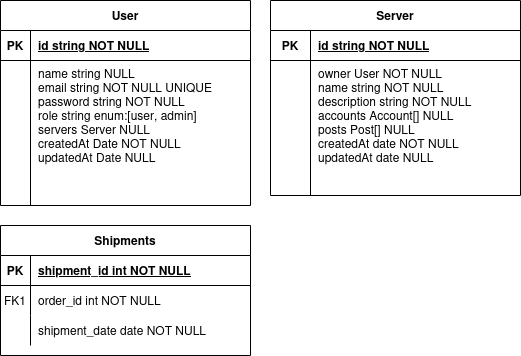
Before: Diagrama sem nome.drawio.png, a diagram exported from draw.io (gabrielbsx/basiapp). Source tidied: cells renumbered, new cells last; positions are measured from the earlier drawing's top-left corner, leaving out a move shared by most shapes.
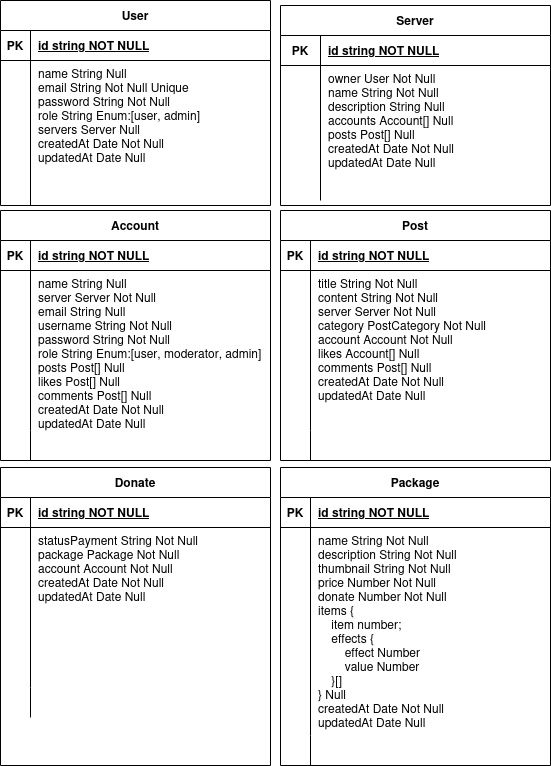
The same file after the commit.

Commit message:
chore: database model image

Diff of the diagram source:
```diff
@@ -3,76 +3,166 @@
     <mxCell id="0" />
     <mxCell id="1" parent="0" />
     <mxCell id="2" value="Server" style="shape=table;startSize=30;rowLines=0;fontStyle=1;align=center;" parent="1" vertex="1">
-      <mxGeometry x="270" width="250" height="195" as="geometry" />
+      <mxGeometry x="280" y="15" width="270" height="200" as="geometry" />
     </mxCell>
     <mxCell id="3" style="shape=partialRectangle;fillColor=none;top=0;left=0;right=0;bottom=1;" parent="2" vertex="1">
-      <mxGeometry y="30" width="250" height="30" as="geometry" />
+      <mxGeometry y="30" width="270" height="30" as="geometry" />
     </mxCell>
     <mxCell id="4" value="PK" style="shape=partialRectangle;overflow=hidden;fillColor=none;top=0;left=0;bottom=0;right=0;fontStyle=1;" parent="3" vertex="1">
       <mxGeometry width="40" height="30" as="geometry" />
     </mxCell>
     <mxCell id="5" value="id string NOT NULL " style="shape=partialRectangle;overflow=hidden;fillColor=none;top=0;left=0;bottom=0;right=0;align=left;spacingLeft=6;fontStyle=5;" parent="3" vertex="1">
-      <mxGeometry x="40" width="210" height="30" as="geometry" />
+      <mxGeometry x="40" width="230" height="30" as="geometry" />
     </mxCell>
     <mxCell id="6" style="shape=partialRectangle;fillColor=none;top=0;left=0;right=0;bottom=0;" parent="2" vertex="1">
-      <mxGeometry y="60" width="250" height="135" as="geometry" />
+      <mxGeometry y="60" width="270" height="135" as="geometry" />
     </mxCell>
     <mxCell id="7" style="shape=partialRectangle;overflow=hidden;fillColor=none;top=0;left=0;bottom=0;right=0;" parent="6" vertex="1">
       <mxGeometry width="40" height="135" as="geometry" />
     </mxCell>
-    <mxCell id="8" value="owner User NOT NULL&#10;name string NOT NULL&#10;description string NOT NULL&#10;accounts Account[] NULL&#10;posts Post[] NULL&#10;createdAt date NOT NULL&#10;updatedAt date NULL&#10;" style="shape=partialRectangle;overflow=hidden;fillColor=none;top=0;left=0;bottom=0;right=0;align=left;spacingLeft=6;verticalAlign=top;" parent="6" vertex="1">
-      <mxGeometry x="40" width="210" height="135" as="geometry" />
+    <mxCell id="8" value="owner User Not Null&#10;name String Not Null&#10;description String Null&#10;accounts Account[] Null&#10;posts Post[] Null&#10;createdAt Date Not Null&#10;updatedAt Date Null&#10;" style="shape=partialRectangle;overflow=hidden;fillColor=none;top=0;left=0;bottom=0;right=0;align=left;spacingLeft=6;verticalAlign=top;" parent="6" vertex="1">
+      <mxGeometry x="40" width="230" height="135" as="geometry" />
     </mxCell>
-    <mxCell id="9" value="Shipments" style="shape=table;startSize=30;rowLines=0;fontStyle=1;align=center;" parent="1" vertex="1">
-      <mxGeometry y="225" width="250" height="130" as="geometry" />
+    <mxCell id="9" value="Account" style="shape=table;startSize=30;rowLines=0;fontStyle=1;align=center;" parent="1" vertex="1">
+      <mxGeometry y="220" width="270" height="250" as="geometry" />
     </mxCell>
     <mxCell id="10" style="shape=partialRectangle;fillColor=none;top=0;left=0;right=0;bottom=1;" parent="9" vertex="1">
-      <mxGeometry y="30" width="250" height="30" as="geometry" />
+      <mxGeometry y="30" width="270" height="30" as="geometry" />
     </mxCell>
     <mxCell id="11" value="PK" style="shape=partialRectangle;overflow=hidden;fillColor=none;top=0;left=0;bottom=0;right=0;fontStyle=1;" parent="10" vertex="1">
       <mxGeometry width="30" height="30" as="geometry" />
     </mxCell>
-    <mxCell id="12" value="shipment_id int NOT NULL " style="shape=partialRectangle;overflow=hidden;fillColor=none;top=0;left=0;bottom=0;right=0;align=left;spacingLeft=6;fontStyle=5;" parent="10" vertex="1">
-      <mxGeometry x="30" width="220" height="30" as="geometry" />
+    <mxCell id="12" value="id string NOT NULL " style="shape=partialRectangle;overflow=hidden;fillColor=none;top=0;left=0;bottom=0;right=0;align=left;spacingLeft=6;fontStyle=5;" parent="10" vertex="1">
+      <mxGeometry x="30" width="240" height="30" as="geometry" />
     </mxCell>
     <mxCell id="13" style="shape=partialRectangle;fillColor=none;top=0;left=0;right=0;bottom=0;" parent="9" vertex="1">
-      <mxGeometry y="60" width="250" height="30" as="geometry" />
+      <mxGeometry y="60" width="270" height="160" as="geometry" />
     </mxCell>
-    <mxCell id="14" value="FK1" style="shape=partialRectangle;overflow=hidden;fillColor=none;top=0;left=0;bottom=0;right=0;" parent="13" vertex="1">
-      <mxGeometry width="30" height="30" as="geometry" />
+    <mxCell id="14" style="shape=partialRectangle;overflow=hidden;fillColor=none;top=0;left=0;bottom=0;right=0;" parent="13" vertex="1">
+      <mxGeometry width="30" height="160" as="geometry" />
     </mxCell>
-    <mxCell id="15" value="order_id int NOT NULL" style="shape=partialRectangle;overflow=hidden;fillColor=none;top=0;left=0;bottom=0;right=0;align=left;spacingLeft=6;" parent="13" vertex="1">
-      <mxGeometry x="30" width="220" height="30" as="geometry" />
+    <mxCell id="15" value="name String Null&#10;server Server Not Null&#10;email String Null&#10;username String Not Null&#10;password String Not Null&#10;role String Enum:[user, moderator, admin]&#10;posts Post[] Null&#10;likes Post[] Null&#10;comments Post[] Null&#10;createdAt Date Not Null&#10;updatedAt Date Null&#10;&#10;&#10;" style="shape=partialRectangle;overflow=hidden;fillColor=none;top=0;left=0;bottom=0;right=0;align=left;spacingLeft=6;verticalAlign=top;" parent="13" vertex="1">
+      <mxGeometry x="30" width="240" height="160" as="geometry" />
     </mxCell>
     <mxCell id="16" style="shape=partialRectangle;fillColor=none;top=0;left=0;right=0;bottom=0;" parent="9" vertex="1">
-      <mxGeometry y="90" width="250" height="30" as="geometry" />
+      <mxGeometry y="220" width="270" height="30" as="geometry" />
     </mxCell>
     <mxCell id="17" style="shape=partialRectangle;overflow=hidden;fillColor=none;top=0;left=0;bottom=0;right=0;" parent="16" vertex="1">
       <mxGeometry width="30" height="30" as="geometry" />
     </mxCell>
-    <mxCell id="18" value="shipment_date date NOT NULL" style="shape=partialRectangle;overflow=hidden;fillColor=none;top=0;left=0;bottom=0;right=0;align=left;spacingLeft=6;" parent="16" vertex="1">
-      <mxGeometry x="30" width="220" height="30" as="geometry" />
+    <mxCell id="18" style="shape=partialRectangle;overflow=hidden;fillColor=none;top=0;left=0;bottom=0;right=0;align=left;spacingLeft=6;" parent="16" vertex="1">
+      <mxGeometry x="30" width="240" height="30" as="geometry" />
     </mxCell>
     <mxCell id="19" value="User" style="shape=table;startSize=30;rowLines=0;fontStyle=1;align=center;" parent="1" vertex="1">
-      <mxGeometry width="250" height="205" as="geometry" />
+      <mxGeometry y="10" width="270" height="205" as="geometry" />
     </mxCell>
     <mxCell id="20" style="shape=partialRectangle;fillColor=none;top=0;left=0;right=0;bottom=1;" parent="19" vertex="1">
-      <mxGeometry y="30" width="250" height="30" as="geometry" />
+      <mxGeometry y="30" width="270" height="30" as="geometry" />
     </mxCell>
     <mxCell id="21" value="PK" style="shape=partialRectangle;overflow=hidden;fillColor=none;top=0;left=0;bottom=0;right=0;fontStyle=1;" parent="20" vertex="1">
       <mxGeometry width="30" height="30" as="geometry" />
     </mxCell>
     <mxCell id="22" value="id string NOT NULL " style="shape=partialRectangle;overflow=hidden;fillColor=none;top=0;left=0;bottom=0;right=0;align=left;spacingLeft=6;fontStyle=5;" parent="20" vertex="1">
-      <mxGeometry x="30" width="220" height="30" as="geometry" />
+      <mxGeometry x="30" width="240" height="30" as="geometry" />
     </mxCell>
     <mxCell id="23" style="shape=partialRectangle;fillColor=none;top=0;left=0;right=0;bottom=0;" parent="19" vertex="1">
-      <mxGeometry y="60" width="250" height="145" as="geometry" />
+      <mxGeometry y="60" width="270" height="145" as="geometry" />
     </mxCell>
     <mxCell id="24" style="shape=partialRectangle;overflow=hidden;fillColor=none;top=0;left=0;bottom=0;right=0;verticalAlign=top;" parent="23" vertex="1">
       <mxGeometry width="30" height="145" as="geometry" />
     </mxCell>
-    <mxCell id="25" value="name string NULL&#10;email string NOT NULL UNIQUE&#10;password string NOT NULL&#10;role string enum:[user, admin]&#10;servers Server NULL&#10;createdAt Date NOT NULL&#10;updatedAt Date NULL&#10;" style="shape=partialRectangle;overflow=hidden;fillColor=none;top=0;left=0;bottom=0;right=0;align=left;spacingLeft=6;verticalAlign=top;spacingTop=0;spacing=2;fontSize=12;spacingBottom=0;spacingRight=0;labelBackgroundColor=default;fontColor=default;" parent="23" vertex="1">
-      <mxGeometry x="30" width="220" height="145" as="geometry" />
+    <mxCell id="25" value="name String Null&#10;email String Not Null Unique&#10;password String Not Null&#10;role String Enum:[user, admin]&#10;servers Server Null&#10;createdAt Date Not Null&#10;updatedAt Date Null&#10;" style="shape=partialRectangle;overflow=hidden;fillColor=none;top=0;left=0;bottom=0;right=0;align=left;spacingLeft=6;verticalAlign=top;spacingTop=0;spacing=2;fontSize=12;spacingBottom=0;spacingRight=0;labelBackgroundColor=default;fontColor=default;" parent="23" vertex="1">
+      <mxGeometry x="30" width="240" height="145" as="geometry" />
     </mxCell>
+    <mxCell id="26" value="Post" style="shape=table;startSize=30;rowLines=0;fontStyle=1;align=center;" parent="1" vertex="1">
+      <mxGeometry x="280" y="220" width="270" height="250" as="geometry" />
+    </mxCell>
+    <mxCell id="27" style="shape=partialRectangle;fillColor=none;top=0;left=0;right=0;bottom=1;" parent="26" vertex="1">
+      <mxGeometry y="30" width="270" height="30" as="geometry" />
+    </mxCell>
+    <mxCell id="28" value="PK" style="shape=partialRectangle;overflow=hidden;fillColor=none;top=0;left=0;bottom=0;right=0;fontStyle=1;" parent="27" vertex="1">
+      <mxGeometry width="30" height="30" as="geometry" />
+    </mxCell>
+    <mxCell id="29" value="id string NOT NULL " style="shape=partialRectangle;overflow=hidden;fillColor=none;top=0;left=0;bottom=0;right=0;align=left;spacingLeft=6;fontStyle=5;" parent="27" vertex="1">
+      <mxGeometry x="30" width="240" height="30" as="geometry" />
+    </mxCell>
+    <mxCell id="30" style="shape=partialRectangle;fillColor=none;top=0;left=0;right=0;bottom=0;" parent="26" vertex="1">
+      <mxGeometry y="60" width="270" height="160" as="geometry" />
+    </mxCell>
+    <mxCell id="31" style="shape=partialRectangle;overflow=hidden;fillColor=none;top=0;left=0;bottom=0;right=0;" parent="30" vertex="1">
+      <mxGeometry width="30" height="160" as="geometry" />
+    </mxCell>
+    <mxCell id="32" value="title String Not Null&#10;content String Not Null&#10;server Server Not Null&#10;category PostCategory Not Null&#10;account Account Not Null&#10;likes Account[] Null&#10;comments Post[] Null&#10;createdAt Date Not Null&#10;updatedAt Date Null&#10;&#10;&#10;&#10;" style="shape=partialRectangle;overflow=hidden;fillColor=none;top=0;left=0;bottom=0;right=0;align=left;spacingLeft=6;verticalAlign=top;" parent="30" vertex="1">
+      <mxGeometry x="30" width="240" height="160" as="geometry" />
+    </mxCell>
+    <mxCell id="33" style="shape=partialRectangle;fillColor=none;top=0;left=0;right=0;bottom=0;" parent="26" vertex="1">
+      <mxGeometry y="220" width="270" height="30" as="geometry" />
+    </mxCell>
+    <mxCell id="34" style="shape=partialRectangle;overflow=hidden;fillColor=none;top=0;left=0;bottom=0;right=0;" parent="33" vertex="1">
+      <mxGeometry width="30" height="30" as="geometry" />
+    </mxCell>
+    <mxCell id="35" style="shape=partialRectangle;overflow=hidden;fillColor=none;top=0;left=0;bottom=0;right=0;align=left;spacingLeft=6;" parent="33" vertex="1">
+      <mxGeometry x="30" width="240" height="30" as="geometry" />
+    </mxCell>
+    <mxCell id="36" value="Donate" style="shape=table;startSize=30;rowLines=0;fontStyle=1;align=center;" parent="1" vertex="1">
+      <mxGeometry y="477" width="270" height="298" as="geometry" />
+    </mxCell>
+    <mxCell id="37" style="shape=partialRectangle;fillColor=none;top=0;left=0;right=0;bottom=1;" parent="36" vertex="1">
+      <mxGeometry y="30" width="270" height="30" as="geometry" />
+    </mxCell>
+    <mxCell id="38" value="PK" style="shape=partialRectangle;overflow=hidden;fillColor=none;top=0;left=0;bottom=0;right=0;fontStyle=1;" parent="37" vertex="1">
+      <mxGeometry width="30" height="30" as="geometry" />
+    </mxCell>
+    <mxCell id="39" value="id string NOT NULL " style="shape=partialRectangle;overflow=hidden;fillColor=none;top=0;left=0;bottom=0;right=0;align=left;spacingLeft=6;fontStyle=5;" parent="37" vertex="1">
+      <mxGeometry x="30" width="240" height="30" as="geometry" />
+    </mxCell>
+    <mxCell id="40" style="shape=partialRectangle;fillColor=none;top=0;left=0;right=0;bottom=0;" parent="36" vertex="1">
+      <mxGeometry y="60" width="270" height="160" as="geometry" />
+    </mxCell>
+    <mxCell id="41" style="shape=partialRectangle;overflow=hidden;fillColor=none;top=0;left=0;bottom=0;right=0;" parent="40" vertex="1">
+      <mxGeometry width="30" height="160" as="geometry" />
+    </mxCell>
+    <mxCell id="42" value="statusPayment String Not Null&#10;package Package Not Null&#10;account Account Not Null&#10;createdAt Date Not Null&#10;updatedAt Date Null&#10;&#10;&#10;&#10;" style="shape=partialRectangle;overflow=hidden;fillColor=none;top=0;left=0;bottom=0;right=0;align=left;spacingLeft=6;verticalAlign=top;" parent="40" vertex="1">
+      <mxGeometry x="30" width="240" height="160" as="geometry" />
+    </mxCell>
+    <mxCell id="43" style="shape=partialRectangle;fillColor=none;top=0;left=0;right=0;bottom=0;" parent="36" vertex="1">
+      <mxGeometry y="220" width="270" height="30" as="geometry" />
+    </mxCell>
+    <mxCell id="44" style="shape=partialRectangle;overflow=hidden;fillColor=none;top=0;left=0;bottom=0;right=0;" parent="43" vertex="1">
+      <mxGeometry width="30" height="30" as="geometry" />
+    </mxCell>
+    <mxCell id="45" style="shape=partialRectangle;overflow=hidden;fillColor=none;top=0;left=0;bottom=0;right=0;align=left;spacingLeft=6;" parent="43" vertex="1">
+      <mxGeometry x="30" width="240" height="30" as="geometry" />
+    </mxCell>
+    <mxCell id="46" value="Package" style="shape=table;startSize=30;rowLines=0;fontStyle=1;align=center;" parent="1" vertex="1">
+      <mxGeometry x="280" y="477" width="270" height="298" as="geometry" />
+    </mxCell>
+    <mxCell id="47" style="shape=partialRectangle;fillColor=none;top=0;left=0;right=0;bottom=1;" parent="46" vertex="1">
+      <mxGeometry y="30" width="270" height="30" as="geometry" />
+    </mxCell>
+    <mxCell id="48" value="PK" style="shape=partialRectangle;overflow=hidden;fillColor=none;top=0;left=0;bottom=0;right=0;fontStyle=1;" parent="47" vertex="1">
+      <mxGeometry width="30" height="30" as="geometry" />
+    </mxCell>
+    <mxCell id="49" value="id string NOT NULL " style="shape=partialRectangle;overflow=hidden;fillColor=none;top=0;left=0;bottom=0;right=0;align=left;spacingLeft=6;fontStyle=5;" parent="47" vertex="1">
+      <mxGeometry x="30" width="240" height="30" as="geometry" />
+    </mxCell>
+    <mxCell id="50" style="shape=partialRectangle;fillColor=none;top=0;left=0;right=0;bottom=0;" parent="46" vertex="1">
+      <mxGeometry y="60" width="270" height="208" as="geometry" />
+    </mxCell>
+    <mxCell id="51" style="shape=partialRectangle;overflow=hidden;fillColor=none;top=0;left=0;bottom=0;right=0;" parent="50" vertex="1">
+      <mxGeometry width="30" height="208" as="geometry" />
+    </mxCell>
+    <mxCell id="52" value="name String Not Null&#10;description String Not Null&#10;thumbnail String Not Null&#10;price Number Not Null&#10;donate Number Not Null&#10;items {&#10;    item number;&#10;    effects {&#10;        effect Number&#10;        value Number&#10;    }[]&#10;} Null&#10;createdAt Date Not Null&#10;updatedAt Date Null&#10;&#10;&#10;&#10;" style="shape=partialRectangle;overflow=hidden;fillColor=none;top=0;left=0;bottom=0;right=0;align=left;spacingLeft=6;verticalAlign=top;" parent="50" vertex="1">
+      <mxGeometry x="30" width="240" height="208" as="geometry" />
+    </mxCell>
+    <mxCell id="53" style="shape=partialRectangle;fillColor=none;top=0;left=0;right=0;bottom=0;" parent="46" vertex="1">
+      <mxGeometry y="268" width="270" height="30" as="geometry" />
+    </mxCell>
+    <mxCell id="54" style="shape=partialRectangle;overflow=hidden;fillColor=none;top=0;left=0;bottom=0;right=0;" parent="53" vertex="1">
+      <mxGeometry width="30" height="30" as="geometry" />
+    </mxCell>
+    <mxCell id="55" style="shape=partialRectangle;overflow=hidden;fillColor=none;top=0;left=0;bottom=0;right=0;align=left;spacingLeft=6;" parent="53" vertex="1">
+      <mxGeometry x="30" width="240" height="30" as="geometry" />
+    </mxCell>
   </root>
 </mxGraphModel>
```
